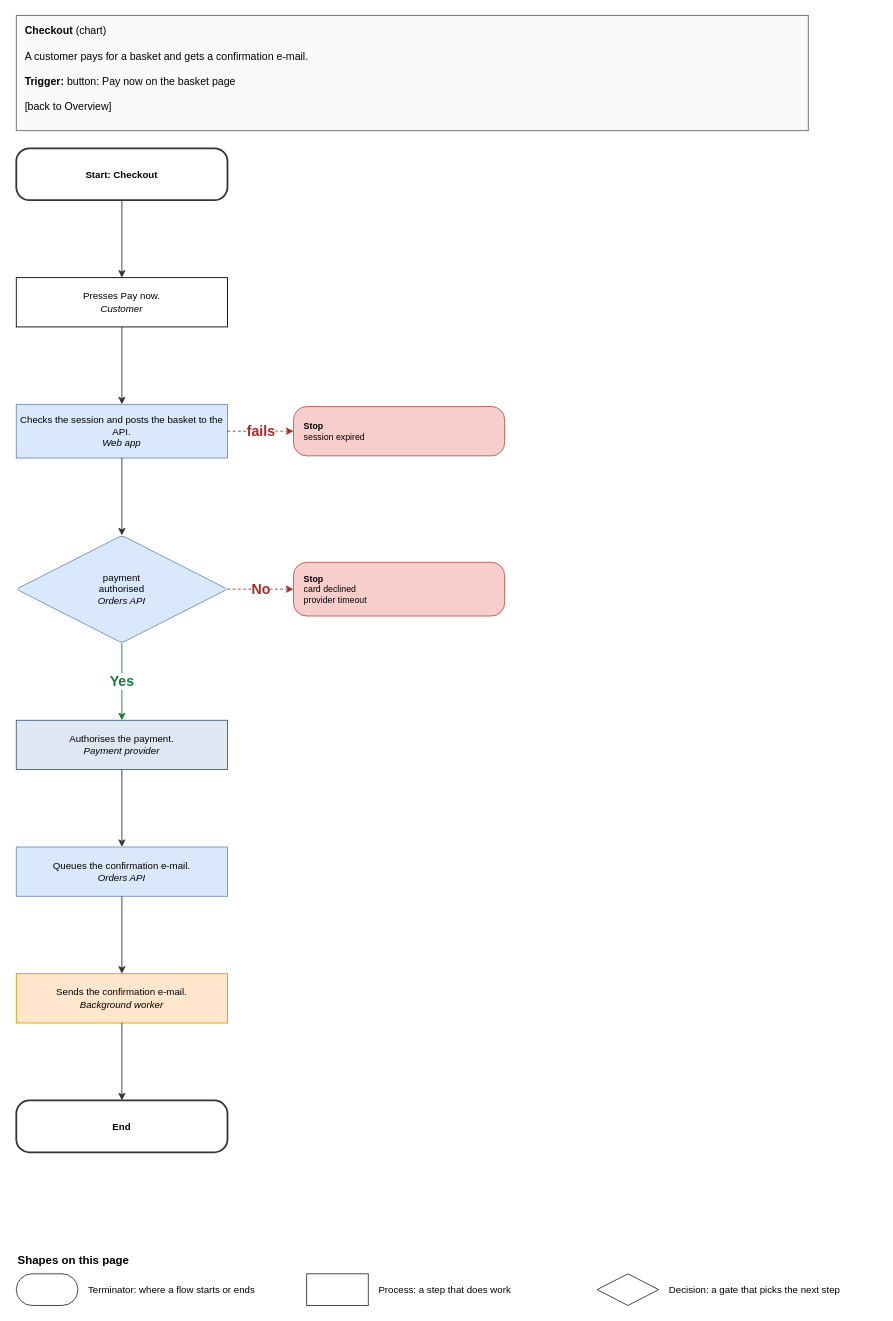
Earlier version of the draw.io diagram page "Chart: Checkout" (3 of 10) of specialists/platform/skill-drawio/examples/shop/drawio/flows.drawio (amalikn/skills_stuff). Source tidied: cells renumbered, new cells numbered last; positions are measured from the earlier drawing's top-left corner, leaving out a move shared by most shapes. Both pictures are drawn from the tidied source at 88%, with x=0, y=0 at pixel (16, 15).
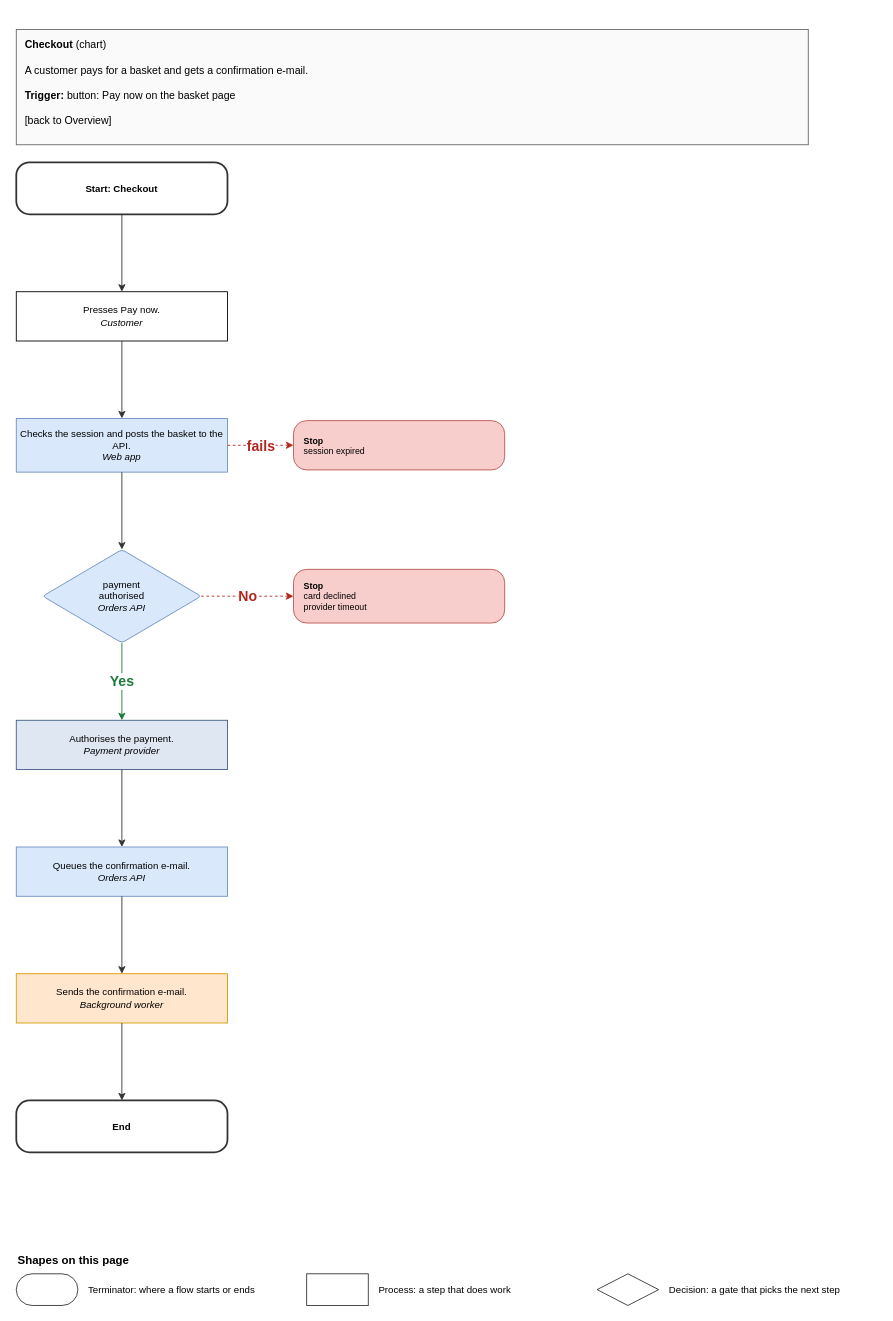
The same page after the edit.

What changed in the source:
```diff
@@
     <mxCell id="2" value="&lt;b&gt;Checkout&lt;/b&gt; (chart)&lt;br&gt; &lt;br&gt;A customer pays for a basket and gets a confirmation e-mail.&lt;br&gt; &lt;br&gt;&lt;b&gt;Trigger:&lt;/b&gt; button: Pay now on the basket page&lt;br&gt; &lt;br&gt;[back to Overview]" style="rounded=0;whiteSpace=wrap;html=1;fillColor=#fafafa;strokeColor=#666666;align=left;verticalAlign=top;spacingLeft=8;spacingTop=4;fontSize=12;" parent="1" vertex="1">
-      <mxGeometry width="900" height="131" as="geometry" />
+      <mxGeometry y="16" width="900" height="131" as="geometry" />
     </mxCell>
     <mxCell id="3" value="&lt;b&gt;Start: Checkout&lt;/b&gt;" style="rounded=1;absoluteArcSize=1;arcSize=30;whiteSpace=wrap;html=1;fillColor=#ffffff;strokeColor=#333333;strokeWidth=2;fontSize=11;fontStyle=1;spacingLeft=10;spacingRight=10;" parent="1" vertex="1">
-      <mxGeometry y="151" width="240" height="59" as="geometry" />
+      <mxGeometry y="167" width="240" height="59" as="geometry" />
     </mxCell>
     <mxCell id="4" value="Presses Pay now.&lt;br&gt;&lt;i&gt;Customer&lt;/i&gt;" style="rounded=1;whiteSpace=wrap;html=1;fillColor=#ffffff;strokeColor=#000000;fontSize=11;arcSize=8;fontSize=11;rounded=0;" parent="1" vertex="1">
-      <mxGeometry y="298" width="240" height="56" as="geometry" />
+      <mxGeometry y="314" width="240" height="56" as="geometry" />
     </mxCell>
     <mxCell id="5" value="Checks the session and posts the basket to the API.&lt;br&gt;&lt;i&gt;Web app&lt;/i&gt;" style="rounded=1;whiteSpace=wrap;html=1;fillColor=#dae8fc;strokeColor=#6c8ebf;fontSize=11;arcSize=8;fontSize=11;rounded=0;" parent="1" vertex="1">
-      <mxGeometry y="442" width="240" height="61" as="geometry" />
+      <mxGeometry y="458" width="240" height="61" as="geometry" />
     </mxCell>
-    <mxCell id="6" value="payment authorised&lt;br&gt;&lt;i&gt;Orders API&lt;/i&gt;" style="rounded=1;whiteSpace=wrap;html=1;fillColor=#dae8fc;strokeColor=#6c8ebf;fontSize=11;arcSize=8;fontSize=11;rhombus;align=center;verticalAlign=middle;spacingLeft=72;spacingRight=72;spacingTop=0;" parent="1" vertex="1">
-      <mxGeometry y="591" width="240" height="122" as="geometry" />
+    <mxCell id="6" value="payment authorised&lt;br&gt;&lt;i&gt;Orders API&lt;/i&gt;" style="rounded=1;whiteSpace=wrap;html=1;fillColor=#dae8fc;strokeColor=#6c8ebf;fontSize=11;arcSize=8;fontSize=11;rhombus;align=center;verticalAlign=middle;spacingLeft=72;spacingRight=72;spacingTop=0;spacingLeft=45;spacingRight=45;spacingTop=0;spacingBottom=0;" parent="1" vertex="1">
+      <mxGeometry x="30" y="607" width="180" height="106" as="geometry" />
     </mxCell>
@@
     <mxCell id="11" value="&lt;b&gt;Stop&lt;/b&gt;&lt;br&gt;session expired" style="rounded=1;absoluteArcSize=1;arcSize=30;whiteSpace=wrap;html=1;fillColor=#f8cecc;strokeColor=#b85450;fontSize=10;align=left;verticalAlign=middle;spacingLeft=10;spacingRight=8;" parent="1" vertex="1">
-      <mxGeometry x="315" y="444.5" width="240" height="56" as="geometry" />
+      <mxGeometry x="315" y="460.5" width="240" height="56" as="geometry" />
     </mxCell>
     <mxCell id="12" value="&lt;b&gt;Stop&lt;/b&gt;&lt;br&gt;card declined&lt;br&gt;provider timeout" style="rounded=1;absoluteArcSize=1;arcSize=30;whiteSpace=wrap;html=1;fillColor=#f8cecc;strokeColor=#b85450;fontSize=10;align=left;verticalAlign=middle;spacingLeft=10;spacingRight=8;" parent="1" vertex="1">
-      <mxGeometry x="315" y="621.5" width="240" height="61" as="geometry" />
+      <mxGeometry x="315" y="629.5" width="240" height="61" as="geometry" />
     </mxCell>
@@
     <mxCell id="22" value="&lt;b&gt;fails&lt;/b&gt;" style="text;html=1;align=center;verticalAlign=middle;fontSize=16;fontStyle=1;labelBackgroundColor=#ffffff;fontColor=#b3261e;" parent="1" vertex="1">
-      <mxGeometry x="246" y="461.5" width="63" height="22" as="geometry" />
+      <mxGeometry x="246" y="477.5" width="63" height="22" as="geometry" />
     </mxCell>
@@
     <mxCell id="24" value="&lt;b&gt;No&lt;/b&gt;" style="text;html=1;align=center;verticalAlign=middle;fontSize=16;fontStyle=1;labelBackgroundColor=#ffffff;fontColor=#b3261e;" parent="1" vertex="1">
-      <mxGeometry x="259.5" y="641" width="36" height="22" as="geometry" />
+      <mxGeometry x="244.5" y="649" width="36" height="22" as="geometry" />
     </mxCell>
```
